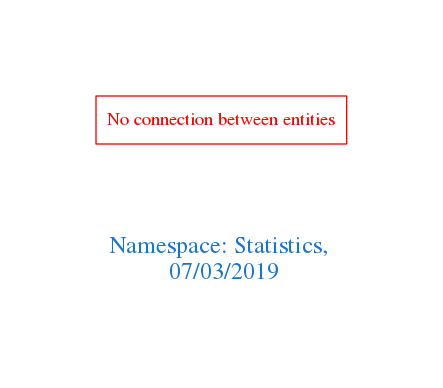
Above: downloads/Statistics.png in arago/OGIT (Graphviz), before the change. Its source is kept beside it as downloads/Statistics.dot.
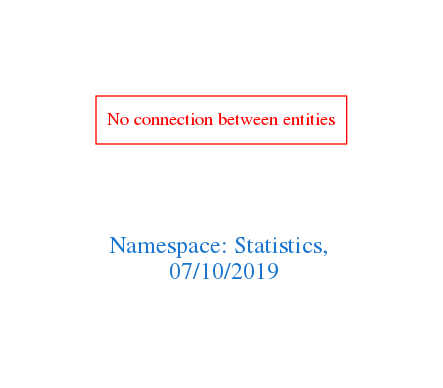
Above is the later version.

The edit, as a diff of the source:
```diff
@@ -1,7 +1,7 @@
 digraph OGIT_ontology {
  graph [ rankdir= LR,pad=1
 fontsize = 18,
-fontcolor= dodgerblue3,label = "\n\n\nNamespace: Statistics, \n 07/03/2019"];
+fontcolor= dodgerblue3,label = "\n\n\nNamespace: Statistics, \n 07/10/2019"];
 node[shape=polygon];
 edge [  color="gray81"];
 
```
